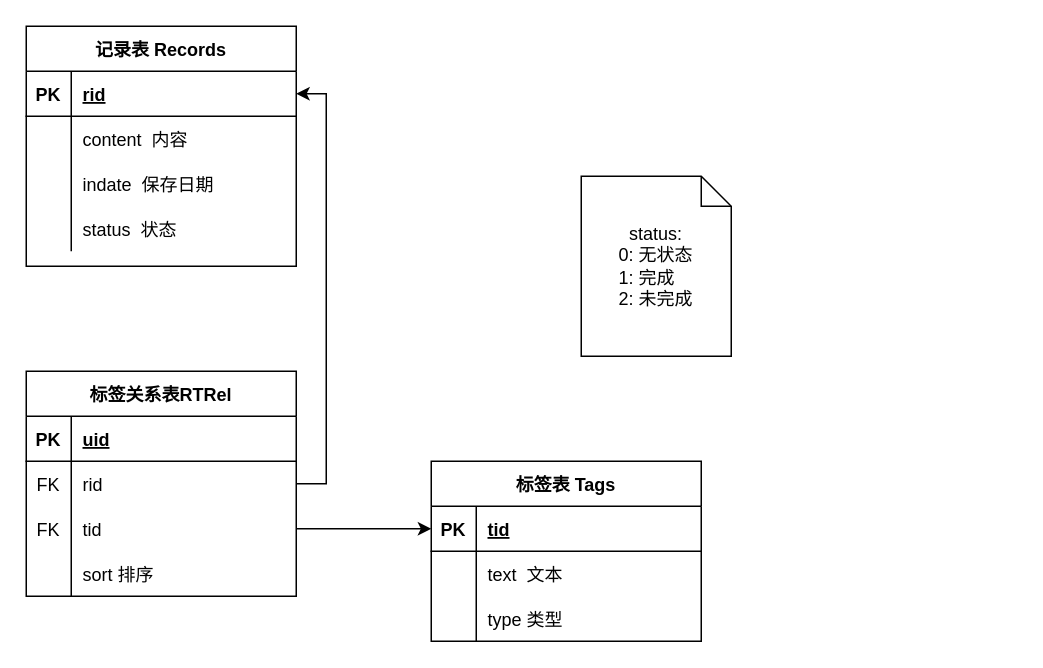
Before: page "表关系" (3 of 3) of 文档/设计图.drawio in xinglong192/TodayNotes, a draw.io diagram. Source tidied: cells renumbered, new cells numbered last; positions are measured from the earlier drawing's top-left corner, leaving out a move shared by most shapes. Both pictures are drawn from the tidied source at 150%, with x=0, y=0 at pixel (26, 26).
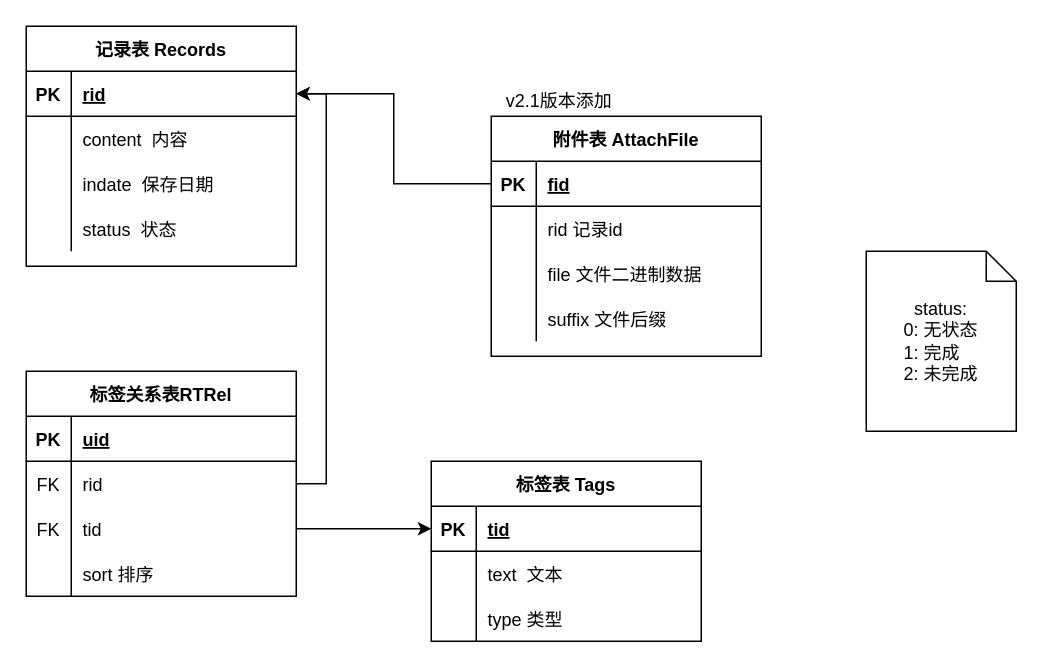
The same page after the edit.

The change refers to these unchanged cells:
```xml
<mxCell id="3" style="shape=tableRow;horizontal=0;startSize=0;swimlaneHead=0;swimlaneBody=0;fillColor=none;points=[[0,0.5],[1,0.5]];portConstraint=eastwest;top=0;left=0;right=0;bottom=1;" parent="2" vertex="1">
  <mxGeometry y="30" width="180" height="30" as="geometry" />
</mxCell>
```

What changed in the source:
```diff
@@
     <mxCell id="25" value="status:&lt;br&gt;0: 无状态&lt;br&gt;&lt;div style=&quot;text-align: left;&quot;&gt;&lt;span style=&quot;background-color: initial;&quot;&gt;1: 完成&lt;/span&gt;&lt;/div&gt;&lt;div style=&quot;text-align: left;&quot;&gt;&lt;span style=&quot;background-color: initial;&quot;&gt;2: 未完成&lt;/span&gt;&lt;/div&gt;" style="shape=note;size=20;whiteSpace=wrap;html=1;" parent="1" vertex="1">
-      <mxGeometry x="370" y="100" width="100" height="120" as="geometry" />
+      <mxGeometry x="560" y="150" width="100" height="120" as="geometry" />
     </mxCell>
@@
+    <mxCell id="41" value="附件表 AttachFile" style="shape=table;startSize=30;childLayout=tableLayout;rowLines=0;fontStyle=1;align=center;" parent="1" vertex="1">
+      <mxGeometry x="310" y="60" width="180" height="160" as="geometry" />
+    </mxCell>
+    <mxCell id="42" style="shape=tableRow;horizontal=0;startSize=0;swimlaneHead=0;swimlaneBody=0;fillColor=none;points=[[0,0.5],[1,0.5]];portConstraint=eastwest;top=0;left=0;right=0;bottom=1;" parent="41" vertex="1">
+      <mxGeometry y="30" width="180" height="30" as="geometry" />
+    </mxCell>
+    <mxCell id="43" value="PK" style="shape=partialRectangle;fillColor=none;top=0;left=0;bottom=0;right=0;fontStyle=1;overflow=hidden;" parent="42" vertex="1">
+      <mxGeometry width="30" height="30" as="geometry" />
+    </mxCell>
+    <mxCell id="44" value="fid" style="shape=partialRectangle;fillColor=none;top=0;left=0;bottom=0;right=0;align=left;spacingLeft=6;fontStyle=5;overflow=hidden;" parent="42" vertex="1">
+      <mxGeometry x="30" width="150" height="30" as="geometry" />
+    </mxCell>
+    <mxCell id="45" style="shape=tableRow;horizontal=0;startSize=0;swimlaneHead=0;swimlaneBody=0;fillColor=none;top=0;left=0;right=0;bottom=0;" parent="41" vertex="1">
+      <mxGeometry y="60" width="180" height="30" as="geometry" />
+    </mxCell>
+    <mxCell id="46" style="shape=partialRectangle;fillColor=none;top=0;left=0;bottom=0;right=0;overflow=hidden;" parent="45" vertex="1">
+      <mxGeometry width="30" height="30" as="geometry" />
+    </mxCell>
+    <mxCell id="47" value="rid 记录id" style="shape=partialRectangle;fillColor=none;top=0;left=0;bottom=0;right=0;align=left;spacingLeft=6;overflow=hidden;" parent="45" vertex="1">
+      <mxGeometry x="30" width="150" height="30" as="geometry" />
+    </mxCell>
+    <mxCell id="48" style="shape=tableRow;horizontal=0;startSize=0;swimlaneHead=0;swimlaneBody=0;fillColor=none;top=0;left=0;right=0;bottom=0;" parent="41" vertex="1">
+      <mxGeometry y="90" width="180" height="30" as="geometry" />
+    </mxCell>
+    <mxCell id="49" style="shape=partialRectangle;fillColor=none;top=0;left=0;bottom=0;right=0;overflow=hidden;" parent="48" vertex="1">
+      <mxGeometry width="30" height="30" as="geometry" />
+    </mxCell>
+    <mxCell id="50" value="file 文件二进制数据" style="shape=partialRectangle;fillColor=none;top=0;left=0;bottom=0;right=0;align=left;spacingLeft=6;overflow=hidden;" parent="48" vertex="1">
+      <mxGeometry x="30" width="150" height="30" as="geometry" />
+    </mxCell>
+    <mxCell id="51" style="shape=tableRow;horizontal=0;startSize=0;swimlaneHead=0;swimlaneBody=0;fillColor=none;top=0;left=0;right=0;bottom=0;" parent="41" vertex="1">
+      <mxGeometry y="120" width="180" height="30" as="geometry" />
+    </mxCell>
+    <mxCell id="52" style="shape=partialRectangle;fillColor=none;top=0;left=0;bottom=0;right=0;overflow=hidden;" parent="51" vertex="1">
+      <mxGeometry width="30" height="30" as="geometry" />
+    </mxCell>
+    <mxCell id="53" value="suffix 文件后缀" style="shape=partialRectangle;fillColor=none;top=0;left=0;bottom=0;right=0;align=left;spacingLeft=6;overflow=hidden;" parent="51" vertex="1">
+      <mxGeometry x="30" width="150" height="30" as="geometry" />
+    </mxCell>
+    <mxCell id="54" style="edgeStyle=orthogonalEdgeStyle;rounded=0;jettySize=auto;html=1;exitX=0;exitY=0.5;exitDx=0;exitDy=0;entryX=1;entryY=0.5;entryDx=0;entryDy=0;" parent="1" edge="1" source="42" target="3">
+      <mxGeometry relative="1" as="geometry" />
+    </mxCell>
+    <mxCell id="55" value="v2.1版本添加" style="text;html=1;align=center;verticalAlign=middle;strokeColor=none;fillColor=none;" parent="1" vertex="1">
+      <mxGeometry x="310" y="40" width="90" height="20" as="geometry" />
+    </mxCell>
```
